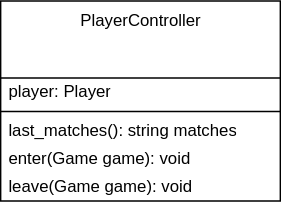
Above: images/clean-code-clean-classes/SRP-BROKEN.svg in GabrielSlima/blog (draw.io), before the change. Source tidied: cells renumbered, new cells last; positions are measured from the earlier drawing's top-left corner, leaving out a move shared by most shapes. Source of this version:
```xml
<mxGraphModel>
  <root>
    <mxCell id="0" />
    <mxCell id="1" parent="0" />
    <mxCell id="2" value="PlayerController" style="swimlane;fontStyle=0;align=center;verticalAlign=top;horizontal=1;startSize=55;html=1;fillColor=none;" parent="1" vertex="1">
      <mxGeometry width="200" height="143" as="geometry" />
    </mxCell>
    <mxCell id="3" value="&lt;div&gt;player: Player&lt;/div&gt;" style="text;html=1;strokeColor=none;fillColor=none;align=left;verticalAlign=middle;spacingLeft=4;spacingRight=4;overflow=hidden;" parent="2" vertex="1">
      <mxGeometry y="55" width="200" height="20" as="geometry" />
    </mxCell>
    <mxCell id="4" style="line;strokeWidth=1;fillColor=none;align=left;verticalAlign=middle;spacingTop=-1;spacingLeft=3;spacingRight=3;labelPosition=right;" parent="2" vertex="1">
      <mxGeometry y="75" width="200" height="8" as="geometry" />
    </mxCell>
    <mxCell id="5" value="last_matches(): string matches" style="text;html=1;strokeColor=none;fillColor=none;align=left;verticalAlign=middle;spacingLeft=4;spacingRight=4;overflow=hidden;" parent="2" vertex="1">
      <mxGeometry y="83" width="200" height="20" as="geometry" />
    </mxCell>
    <mxCell id="6" value="enter(Game game): void" style="text;html=1;strokeColor=none;fillColor=none;align=left;verticalAlign=middle;spacingLeft=4;spacingRight=4;overflow=hidden;" parent="2" vertex="1">
      <mxGeometry y="103" width="200" height="20" as="geometry" />
    </mxCell>
    <mxCell id="7" value="leave(Game game): void" style="text;html=1;strokeColor=none;fillColor=none;align=left;verticalAlign=middle;spacingLeft=4;spacingRight=4;overflow=hidden;" parent="2" vertex="1">
      <mxGeometry y="123" width="200" height="20" as="geometry" />
    </mxCell>
  </root>
</mxGraphModel>
```
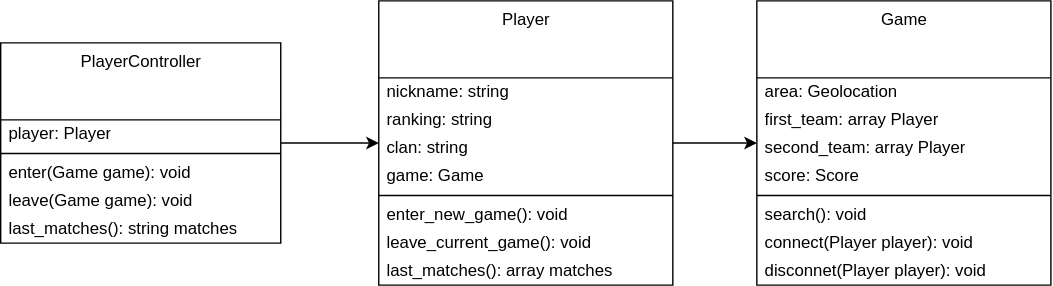
The same file after the commit.

What changed in the source:
```diff
@@ -2,6 +2,39 @@
   <root>
     <mxCell id="0" />
     <mxCell id="1" parent="0" />
+    <mxCell id="8" style="edgeStyle=orthogonalEdgeStyle;rounded=0;jettySize=auto;html=1;" parent="1" edge="1" source="9" target="19">
+      <mxGeometry relative="1" as="geometry" />
+    </mxCell>
+    <mxCell id="9" value="&lt;div&gt;Player&lt;/div&gt;" style="swimlane;fontStyle=0;align=center;verticalAlign=top;horizontal=1;startSize=55;html=1;fillColor=none;" parent="1" vertex="1">
+      <mxGeometry x="270" y="-30" width="210" height="203" as="geometry" />
+    </mxCell>
+    <mxCell id="10" value="nickname: string" style="text;html=1;strokeColor=none;fillColor=none;align=left;verticalAlign=middle;spacingLeft=4;spacingRight=4;overflow=hidden;" parent="9" vertex="1">
+      <mxGeometry y="55" width="210" height="20" as="geometry" />
+    </mxCell>
+    <mxCell id="11" value="&lt;div&gt;ranking: string&lt;br&gt;&lt;/div&gt;" style="text;html=1;strokeColor=none;fillColor=none;align=left;verticalAlign=middle;spacingLeft=4;spacingRight=4;overflow=hidden;" parent="9" vertex="1">
+      <mxGeometry y="75" width="210" height="20" as="geometry" />
+    </mxCell>
+    <mxCell id="12" value="&lt;div&gt;clan: string&lt;br&gt;&lt;/div&gt;" style="text;html=1;strokeColor=none;fillColor=none;align=left;verticalAlign=middle;spacingLeft=4;spacingRight=4;overflow=hidden;" parent="9" vertex="1">
+      <mxGeometry y="95" width="210" height="20" as="geometry" />
+    </mxCell>
+    <mxCell id="13" value="&lt;div&gt;game: Game&lt;br&gt;&lt;/div&gt;" style="text;html=1;strokeColor=none;fillColor=none;align=left;verticalAlign=middle;spacingLeft=4;spacingRight=4;overflow=hidden;" parent="9" vertex="1">
+      <mxGeometry y="115" width="210" height="20" as="geometry" />
+    </mxCell>
+    <mxCell id="14" style="line;strokeWidth=1;fillColor=none;align=left;verticalAlign=middle;spacingTop=-1;spacingLeft=3;spacingRight=3;labelPosition=right;" parent="9" vertex="1">
+      <mxGeometry y="135" width="210" height="8" as="geometry" />
+    </mxCell>
+    <mxCell id="15" value="enter_new_game(): void" style="text;html=1;strokeColor=none;fillColor=none;align=left;verticalAlign=middle;spacingLeft=4;spacingRight=4;overflow=hidden;" parent="9" vertex="1">
+      <mxGeometry y="143" width="210" height="20" as="geometry" />
+    </mxCell>
+    <mxCell id="16" value="leave_current_game(): void" style="text;html=1;strokeColor=none;fillColor=none;align=left;verticalAlign=middle;spacingLeft=4;spacingRight=4;overflow=hidden;" parent="9" vertex="1">
+      <mxGeometry y="163" width="210" height="20" as="geometry" />
+    </mxCell>
+    <mxCell id="17" value="last_matches(): array matches" style="text;html=1;strokeColor=none;fillColor=none;align=left;verticalAlign=middle;spacingLeft=4;spacingRight=4;overflow=hidden;" parent="9" vertex="1">
+      <mxGeometry y="183" width="210" height="20" as="geometry" />
+    </mxCell>
+    <mxCell id="18" style="edgeStyle=orthogonalEdgeStyle;rounded=0;jettySize=auto;html=1;" parent="1" edge="1" source="2" target="9">
+      <mxGeometry relative="1" as="geometry" />
+    </mxCell>
     <mxCell id="2" value="PlayerController" style="swimlane;fontStyle=0;align=center;verticalAlign=top;horizontal=1;startSize=55;html=1;fillColor=none;" parent="1" vertex="1">
       <mxGeometry width="200" height="143" as="geometry" />
     </mxCell>
@@ -11,14 +44,41 @@
     <mxCell id="4" style="line;strokeWidth=1;fillColor=none;align=left;verticalAlign=middle;spacingTop=-1;spacingLeft=3;spacingRight=3;labelPosition=right;" parent="2" vertex="1">
       <mxGeometry y="75" width="200" height="8" as="geometry" />
     </mxCell>
-    <mxCell id="5" value="last_matches(): string matches" style="text;html=1;strokeColor=none;fillColor=none;align=left;verticalAlign=middle;spacingLeft=4;spacingRight=4;overflow=hidden;" parent="2" vertex="1">
-      <mxGeometry y="83" width="200" height="20" as="geometry" />
-    </mxCell>
     <mxCell id="6" value="enter(Game game): void" style="text;html=1;strokeColor=none;fillColor=none;align=left;verticalAlign=middle;spacingLeft=4;spacingRight=4;overflow=hidden;" parent="2" vertex="1">
-      <mxGeometry y="103" width="200" height="20" as="geometry" />
+      <mxGeometry y="83" width="200" height="20" as="geometry" />
     </mxCell>
     <mxCell id="7" value="leave(Game game): void" style="text;html=1;strokeColor=none;fillColor=none;align=left;verticalAlign=middle;spacingLeft=4;spacingRight=4;overflow=hidden;" parent="2" vertex="1">
-      <mxGeometry y="123" width="200" height="20" as="geometry" />
+      <mxGeometry y="103" width="200" height="20" as="geometry" />
     </mxCell>
+    <mxCell id="5" value="last_matches(): string matches" style="text;html=1;strokeColor=none;fillColor=none;align=left;verticalAlign=middle;spacingLeft=4;spacingRight=4;overflow=hidden;" parent="2" vertex="1">
+      <mxGeometry y="123" width="200" height="20" as="geometry" />
+    </mxCell>
+    <mxCell id="19" value="Game" style="swimlane;fontStyle=0;align=center;verticalAlign=top;horizontal=1;startSize=55;html=1;fillColor=none;" parent="1" vertex="1">
+      <mxGeometry x="540" y="-30" width="210" height="203" as="geometry" />
+    </mxCell>
+    <mxCell id="20" value="area: Geolocation" style="text;html=1;strokeColor=none;fillColor=none;align=left;verticalAlign=middle;spacingLeft=4;spacingRight=4;overflow=hidden;" parent="19" vertex="1">
+      <mxGeometry y="55" width="210" height="20" as="geometry" />
+    </mxCell>
+    <mxCell id="21" value="first_team: array Player" style="text;html=1;strokeColor=none;fillColor=none;align=left;verticalAlign=middle;spacingLeft=4;spacingRight=4;overflow=hidden;" parent="19" vertex="1">
+      <mxGeometry y="75" width="210" height="20" as="geometry" />
+    </mxCell>
+    <mxCell id="22" value="second_team: array Player" style="text;html=1;strokeColor=none;fillColor=none;align=left;verticalAlign=middle;spacingLeft=4;spacingRight=4;overflow=hidden;" parent="19" vertex="1">
+      <mxGeometry y="95" width="210" height="20" as="geometry" />
+    </mxCell>
+    <mxCell id="23" value="score: Score" style="text;html=1;strokeColor=none;fillColor=none;align=left;verticalAlign=middle;spacingLeft=4;spacingRight=4;overflow=hidden;" parent="19" vertex="1">
+      <mxGeometry y="115" width="210" height="20" as="geometry" />
+    </mxCell>
+    <mxCell id="24" style="line;strokeWidth=1;fillColor=none;align=left;verticalAlign=middle;spacingTop=-1;spacingLeft=3;spacingRight=3;labelPosition=right;" parent="19" vertex="1">
+      <mxGeometry y="135" width="210" height="8" as="geometry" />
+    </mxCell>
+    <mxCell id="25" value="search(): void" style="text;html=1;strokeColor=none;fillColor=none;align=left;verticalAlign=middle;spacingLeft=4;spacingRight=4;overflow=hidden;" parent="19" vertex="1">
+      <mxGeometry y="143" width="210" height="20" as="geometry" />
+    </mxCell>
+    <mxCell id="26" value="connect(Player player): void" style="text;html=1;strokeColor=none;fillColor=none;align=left;verticalAlign=middle;spacingLeft=4;spacingRight=4;overflow=hidden;" parent="19" vertex="1">
+      <mxGeometry y="163" width="210" height="20" as="geometry" />
+    </mxCell>
+    <mxCell id="27" value="disconnet(Player player): void" style="text;html=1;strokeColor=none;fillColor=none;align=left;verticalAlign=middle;spacingLeft=4;spacingRight=4;overflow=hidden;" parent="19" vertex="1">
+      <mxGeometry y="183" width="210" height="20" as="geometry" />
+    </mxCell>
   </root>
 </mxGraphModel>
```
